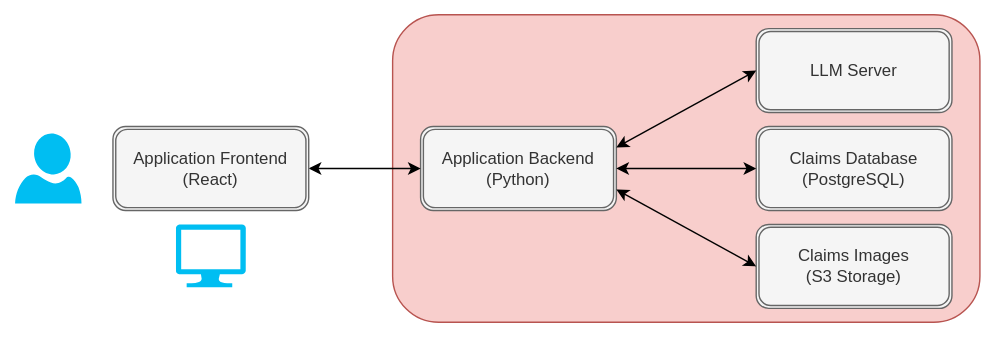
ritzshah/llm-rag-deployment keeps this draw.io diagram as content/modules/ROOT/assets/images/05/application-architecture.drawio.svg. Above is the earlier version. Source tidied: cells renumbered, new cells last; positions are measured from the earlier drawing's top-left corner, leaving out a move shared by most shapes.
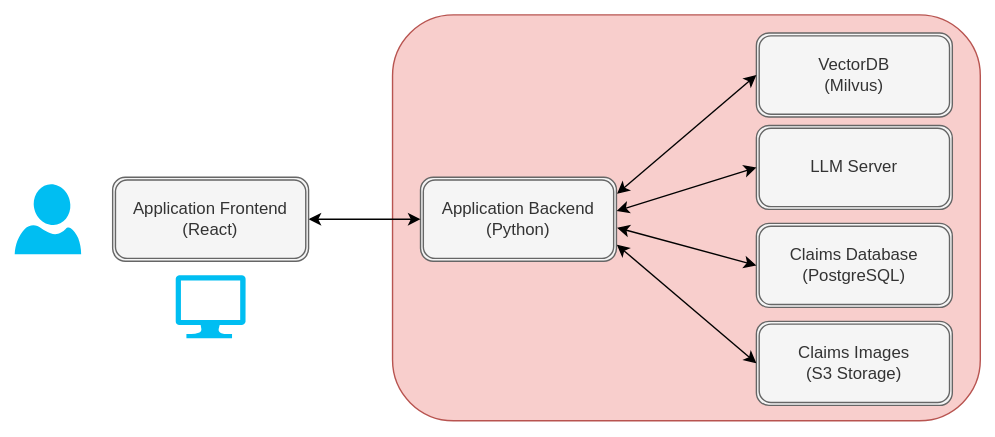
The same file after the commit.

What changed in the source:
```diff
@@ -3,40 +3,46 @@
     <mxCell id="0" />
     <mxCell id="1" parent="0" />
     <mxCell id="2" style="rounded=1;whiteSpace=wrap;html=1;fillColor=#f8cecc;strokeColor=#b85450;" parent="1" vertex="1">
-      <mxGeometry x="270" width="420" height="220" as="geometry" />
+      <mxGeometry x="250" y="-10" width="420" height="290" as="geometry" />
     </mxCell>
     <mxCell id="3" value="LLM Server" style="shape=ext;double=1;rounded=1;whiteSpace=wrap;html=1;fillColor=#f5f5f5;fontColor=#333333;strokeColor=#666666;" parent="1" vertex="1">
-      <mxGeometry x="530" y="10" width="140" height="60" as="geometry" />
+      <mxGeometry x="510" y="69" width="140" height="60" as="geometry" />
     </mxCell>
     <mxCell id="4" value="Claims Database&lt;br&gt;(PostgreSQL)" style="shape=ext;double=1;rounded=1;whiteSpace=wrap;html=1;fillColor=#f5f5f5;fontColor=#333333;strokeColor=#666666;" parent="1" vertex="1">
-      <mxGeometry x="530" y="80" width="140" height="60" as="geometry" />
+      <mxGeometry x="510" y="139" width="140" height="60" as="geometry" />
     </mxCell>
     <mxCell id="5" value="Application Backend&lt;br&gt;(Python)" style="shape=ext;double=1;rounded=1;whiteSpace=wrap;html=1;fillColor=#f5f5f5;fontColor=#333333;strokeColor=#666666;" parent="1" vertex="1">
-      <mxGeometry x="290" y="80" width="140" height="60" as="geometry" />
+      <mxGeometry x="270" y="106" width="140" height="60" as="geometry" />
     </mxCell>
     <mxCell id="6" style="edgeStyle=none;html=1;exitX=1;exitY=0.5;exitDx=0;exitDy=0;entryX=0;entryY=0.5;entryDx=0;entryDy=0;startArrow=classic;startFill=1;" parent="1" edge="1" source="7" target="5">
       <mxGeometry relative="1" as="geometry" />
     </mxCell>
     <mxCell id="7" value="Application Frontend&lt;br&gt;(React)" style="shape=ext;double=1;rounded=1;whiteSpace=wrap;html=1;fillColor=#f5f5f5;fontColor=#333333;strokeColor=#666666;" parent="1" vertex="1">
-      <mxGeometry x="70" y="80" width="140" height="60" as="geometry" />
+      <mxGeometry x="50" y="106" width="140" height="60" as="geometry" />
     </mxCell>
     <mxCell id="8" value="Claims Images&lt;br&gt;(S3 Storage)" style="shape=ext;double=1;rounded=1;whiteSpace=wrap;html=1;fillColor=#f5f5f5;fontColor=#333333;strokeColor=#666666;" parent="1" vertex="1">
-      <mxGeometry x="530" y="150" width="140" height="60" as="geometry" />
+      <mxGeometry x="510" y="209" width="140" height="60" as="geometry" />
     </mxCell>
     <mxCell id="9" style="verticalLabelPosition=bottom;html=1;verticalAlign=top;align=center;strokeColor=none;fillColor=#00BEF2;shape=mxgraph.azure.user;" parent="1" vertex="1">
-      <mxGeometry y="85" width="47.5" height="50" as="geometry" />
+      <mxGeometry x="-20" y="111" width="47.5" height="50" as="geometry" />
     </mxCell>
-    <mxCell id="10" style="edgeStyle=none;html=1;exitX=0;exitY=0.5;exitDx=0;exitDy=0;entryX=1;entryY=0.25;entryDx=0;entryDy=0;startArrow=classic;startFill=1;" parent="1" edge="1" source="3" target="5">
+    <mxCell id="10" style="edgeStyle=none;html=1;exitX=0;exitY=0.5;exitDx=0;exitDy=0;entryX=1.001;entryY=0.402;entryDx=0;entryDy=0;startArrow=classic;startFill=1;entryPerimeter=0;" parent="1" edge="1" source="3" target="5">
       <mxGeometry relative="1" as="geometry" />
     </mxCell>
-    <mxCell id="11" style="edgeStyle=none;html=1;exitX=0;exitY=0.5;exitDx=0;exitDy=0;entryX=1;entryY=0.5;entryDx=0;entryDy=0;startArrow=classic;startFill=1;" parent="1" edge="1" source="4" target="5">
+    <mxCell id="11" style="edgeStyle=none;html=1;exitX=0;exitY=0.5;exitDx=0;exitDy=0;startArrow=classic;startFill=1;entryX=1.003;entryY=0.601;entryDx=0;entryDy=0;entryPerimeter=0;" parent="1" edge="1" source="4" target="5">
       <mxGeometry relative="1" as="geometry" />
     </mxCell>
-    <mxCell id="12" style="edgeStyle=none;html=1;exitX=0;exitY=0.5;exitDx=0;exitDy=0;entryX=1;entryY=0.75;entryDx=0;entryDy=0;startArrow=classic;startFill=1;" parent="1" edge="1" source="8" target="5">
+    <mxCell id="12" style="edgeStyle=none;html=1;exitX=0;exitY=0.5;exitDx=0;exitDy=0;entryX=1.002;entryY=0.803;entryDx=0;entryDy=0;startArrow=classic;startFill=1;entryPerimeter=0;" parent="1" edge="1" source="8" target="5">
       <mxGeometry relative="1" as="geometry" />
     </mxCell>
     <mxCell id="13" style="verticalLabelPosition=bottom;html=1;verticalAlign=top;align=center;strokeColor=none;fillColor=#00BEF2;shape=mxgraph.azure.computer;" parent="1" vertex="1">
-      <mxGeometry x="115" y="150" width="50" height="45" as="geometry" />
+      <mxGeometry x="95" y="176" width="50" height="45" as="geometry" />
     </mxCell>
+    <mxCell id="14" value="&lt;div&gt;VectorDB&lt;/div&gt;&lt;div&gt;(Milvus)&lt;br&gt;&lt;/div&gt;" style="shape=ext;double=1;rounded=1;whiteSpace=wrap;html=1;fillColor=#f5f5f5;fontColor=#333333;strokeColor=#666666;" parent="1" vertex="1">
+      <mxGeometry x="510" y="3" width="140" height="60" as="geometry" />
+    </mxCell>
+    <mxCell id="15" style="endArrow=classic;startArrow=classic;html=1;rounded=0;entryX=0;entryY=0.5;entryDx=0;entryDy=0;exitX=1.003;exitY=0.198;exitDx=0;exitDy=0;exitPerimeter=0;" parent="1" edge="1" source="5" target="14">
+      <mxGeometry relative="1" as="geometry" />
+    </mxCell>
   </root>
 </mxGraphModel>
```
